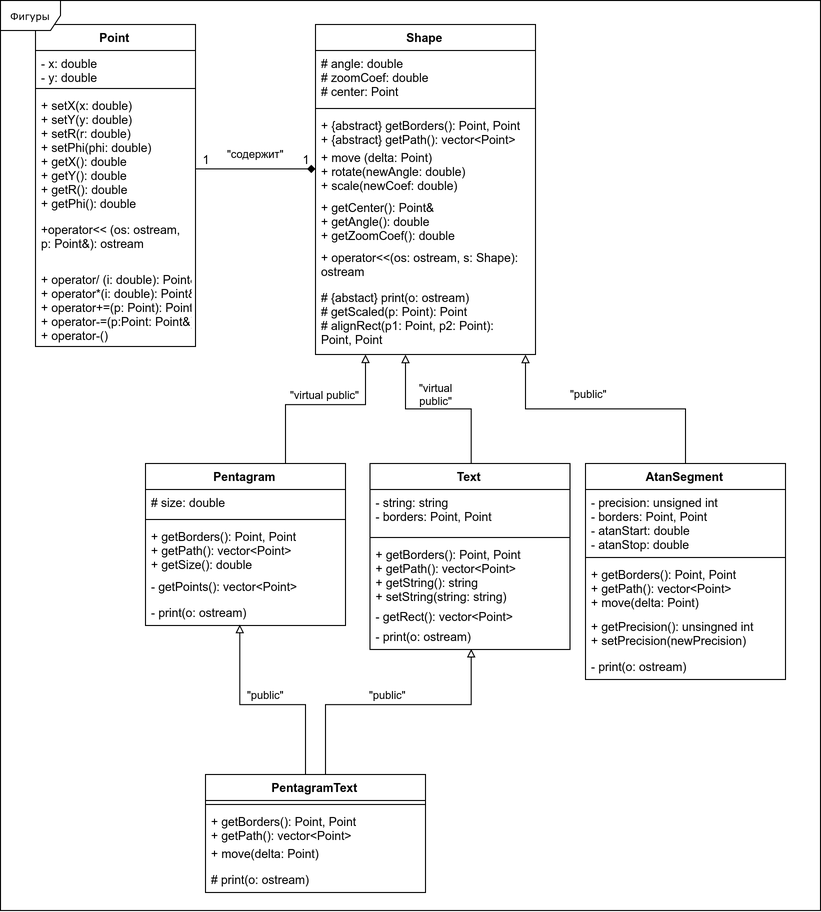
Earlier version of the draw.io export L1/docs/img/classes_uml.png (SqrtMinusOne/SEM7_Software_Design). Source tidied: cells renumbered, new cells last; positions are measured from the earlier drawing's top-left corner, leaving out a move shared by most shapes. The source it was exported from:
```xml
<mxGraphModel background="#ffffff">
  <root>
    <mxCell id="0" />
    <mxCell id="1" parent="0" />
    <mxCell id="2" value="Point" style="swimlane;fontStyle=1;align=center;verticalAlign=top;horizontal=1;startSize=26;" parent="1" vertex="1">
      <mxGeometry x="35" y="24" width="160" height="322" as="geometry" />
    </mxCell>
    <mxCell id="3" value="- x: double&#10;- y: double" style="text;strokeColor=none;fillColor=none;align=left;verticalAlign=top;spacingLeft=4;spacingRight=4;overflow=hidden;" parent="2" vertex="1">
      <mxGeometry y="26" width="160" height="34" as="geometry" />
    </mxCell>
    <mxCell id="4" style="line;strokeWidth=1;fillColor=none;align=left;verticalAlign=middle;spacingTop=-1;spacingLeft=3;spacingRight=3;labelPosition=right;" parent="2" vertex="1">
      <mxGeometry y="60" width="160" height="8" as="geometry" />
    </mxCell>
    <mxCell id="5" value="+ setX(x: double)&#10;+ setY(y: double)&#10;+ setR(r: double)&#10;+ setPhi(phi: double)&#10;+ getX(): double&#10;+ getY(): double&#10;+ getR(): double&#10;+ getPhi(): double" style="text;strokeColor=none;fillColor=none;align=left;verticalAlign=top;spacingLeft=4;spacingRight=4;overflow=hidden;points=[[0,0.5],[1,0.5]];portConstraint=eastwest;" parent="2" vertex="1">
      <mxGeometry y="68" width="160" height="124" as="geometry" />
    </mxCell>
    <mxCell id="6" value="+operator&lt;&lt; (os: ostream, &#10;p: Point&amp;): ostream" style="text;strokeColor=none;fillColor=none;align=left;verticalAlign=top;spacingLeft=4;spacingRight=4;overflow=hidden;" parent="2" vertex="1">
      <mxGeometry y="192" width="160" height="50" as="geometry" />
    </mxCell>
    <mxCell id="7" value="+ operator/ (i: double): Point&amp;&#10;+ operator*(i: double): Point&amp;&#10;+ operator+=(p: Point): Point&amp;&#10;+ operator-=(p:Point: Point&amp;)&#10;+ operator-()" style="text;strokeColor=none;fillColor=none;align=left;verticalAlign=top;spacingLeft=4;spacingRight=4;overflow=hidden;" parent="2" vertex="1">
      <mxGeometry y="242" width="160" height="80" as="geometry" />
    </mxCell>
    <mxCell id="8" value="Shape" style="swimlane;fontStyle=1;align=center;verticalAlign=top;horizontal=1;startSize=26;" parent="1" vertex="1">
      <mxGeometry x="315" y="24" width="220" height="330" as="geometry" />
    </mxCell>
    <mxCell id="9" value="# angle: double&#10;# zoomCoef: double&#10;# center: Point" style="text;strokeColor=none;fillColor=none;align=left;verticalAlign=top;spacingLeft=4;spacingRight=4;overflow=hidden;" parent="8" vertex="1">
      <mxGeometry y="26" width="220" height="54" as="geometry" />
    </mxCell>
    <mxCell id="10" style="line;strokeWidth=1;fillColor=none;align=left;verticalAlign=middle;spacingTop=-1;spacingLeft=3;spacingRight=3;labelPosition=right;" parent="8" vertex="1">
      <mxGeometry y="80" width="220" height="8" as="geometry" />
    </mxCell>
    <mxCell id="11" value="+ {abstract} getBorders(): Point, Point&#10;+ {abstract} getPath(): vector&lt;Point&gt;" style="text;strokeColor=none;fillColor=none;align=left;verticalAlign=top;spacingLeft=4;spacingRight=4;overflow=hidden;" parent="8" vertex="1">
      <mxGeometry y="88" width="220" height="32" as="geometry" />
    </mxCell>
    <mxCell id="12" value="+ move (delta: Point)&#10;+ rotate(newAngle: double)&#10;+ scale(newCoef: double)&#10;" style="text;strokeColor=none;fillColor=none;align=left;verticalAlign=top;spacingLeft=4;spacingRight=4;overflow=hidden;points=[[0,0.5],[1,0.5]];portConstraint=eastwest;" parent="8" vertex="1">
      <mxGeometry y="120" width="220" height="50" as="geometry" />
    </mxCell>
    <mxCell id="13" value="+ getCenter(): Point&amp;&#10;+ getAngle(): double&#10;+ getZoomCoef(): double" style="text;strokeColor=none;fillColor=none;align=left;verticalAlign=top;spacingLeft=4;spacingRight=4;overflow=hidden;" parent="8" vertex="1">
      <mxGeometry y="170" width="220" height="50" as="geometry" />
    </mxCell>
    <mxCell id="14" value="+ operator&lt;&lt;(os: ostream, s: Shape): &#10;ostream" style="text;strokeColor=none;fillColor=none;align=left;verticalAlign=top;spacingLeft=4;spacingRight=4;overflow=hidden;" parent="8" vertex="1">
      <mxGeometry y="220" width="220" height="40" as="geometry" />
    </mxCell>
    <mxCell id="15" value="# {abstact} print(o: ostream)&#10;# getScaled(p: Point): Point&#10;# alignRect(p1: Point, p2: Point): &#10;Point, Point" style="text;strokeColor=none;fillColor=none;align=left;verticalAlign=top;spacingLeft=4;spacingRight=4;overflow=hidden;points=[[0,0.5],[1,0.5]];portConstraint=eastwest;" parent="8" vertex="1">
      <mxGeometry y="260" width="220" height="70" as="geometry" />
    </mxCell>
    <mxCell id="16" value="&quot;содержит&quot;" style="edgeStyle=orthogonalEdgeStyle;rounded=0;jettySize=auto;html=1;endArrow=diamond;endFill=1;" parent="1" edge="1" source="5" target="12">
      <mxGeometry y="15" relative="1" as="geometry">
        <Array as="points">
          <mxPoint x="225" y="169" />
          <mxPoint x="225" y="169" />
        </Array>
      </mxGeometry>
    </mxCell>
    <mxCell id="17" value="1" style="text;html=1;strokeColor=none;fillColor=none;align=center;verticalAlign=middle;whiteSpace=wrap;rounded=0;" parent="1" vertex="1">
      <mxGeometry x="195" y="149" width="20" height="20" as="geometry" />
    </mxCell>
    <mxCell id="18" value="1" style="text;html=1;strokeColor=none;fillColor=none;align=center;verticalAlign=middle;whiteSpace=wrap;rounded=0;" parent="1" vertex="1">
      <mxGeometry x="295" y="149" width="20" height="20" as="geometry" />
    </mxCell>
    <mxCell id="19" value="&quot;virtual public&quot;" style="edgeStyle=orthogonalEdgeStyle;rounded=0;jettySize=auto;html=1;endArrow=block;endFill=0;" parent="1" edge="1" source="20" target="15">
      <mxGeometry x="0.05" y="10" relative="1" as="geometry">
        <Array as="points">
          <mxPoint x="285" y="404" />
          <mxPoint x="365" y="404" />
        </Array>
      </mxGeometry>
    </mxCell>
    <mxCell id="20" value="Pentagram" style="swimlane;fontStyle=1;align=center;verticalAlign=top;horizontal=1;startSize=26;" parent="1" vertex="1">
      <mxGeometry x="145" y="463" width="200" height="162" as="geometry" />
    </mxCell>
    <mxCell id="21" value="# size: double" style="text;strokeColor=none;fillColor=none;align=left;verticalAlign=top;spacingLeft=4;spacingRight=4;overflow=hidden;" parent="20" vertex="1">
      <mxGeometry y="26" width="200" height="26" as="geometry" />
    </mxCell>
    <mxCell id="22" style="line;strokeWidth=1;fillColor=none;align=left;verticalAlign=middle;spacingTop=-1;spacingLeft=3;spacingRight=3;labelPosition=right;" parent="20" vertex="1">
      <mxGeometry y="52" width="200" height="8" as="geometry" />
    </mxCell>
    <mxCell id="23" value="+ getBorders(): Point, Point&#10;+ getPath(): vector&lt;Point&gt;&#10;+ getSize(): double" style="text;strokeColor=none;fillColor=none;align=left;verticalAlign=top;spacingLeft=4;spacingRight=4;overflow=hidden;" parent="20" vertex="1">
      <mxGeometry y="60" width="200" height="50" as="geometry" />
    </mxCell>
    <mxCell id="24" value="- getPoints(): vector&lt;Point&gt;" style="text;strokeColor=none;fillColor=none;align=left;verticalAlign=top;spacingLeft=4;spacingRight=4;overflow=hidden;" parent="20" vertex="1">
      <mxGeometry y="110" width="200" height="26" as="geometry" />
    </mxCell>
    <mxCell id="25" value="- print(o: ostream)" style="text;strokeColor=none;fillColor=none;align=left;verticalAlign=top;spacingLeft=4;spacingRight=4;overflow=hidden;points=[[0,0.5],[1,0.5]];portConstraint=eastwest;" parent="20" vertex="1">
      <mxGeometry y="136" width="200" height="26" as="geometry" />
    </mxCell>
    <mxCell id="26" value="&quot;public&quot;" style="edgeStyle=orthogonalEdgeStyle;rounded=0;jettySize=auto;html=1;endArrow=block;endFill=0;" parent="1" edge="1" source="27">
      <mxGeometry x="0.13" y="-15" relative="1" as="geometry">
        <mxPoint x="525" y="354" as="targetPoint" />
        <Array as="points">
          <mxPoint x="685" y="409" />
          <mxPoint x="525" y="409" />
          <mxPoint x="525" y="354" />
        </Array>
      </mxGeometry>
    </mxCell>
    <mxCell id="27" value="AtanSegment" style="swimlane;fontStyle=1;align=center;verticalAlign=top;horizontal=1;startSize=26;" parent="1" vertex="1">
      <mxGeometry x="585" y="463" width="200" height="216" as="geometry" />
    </mxCell>
    <mxCell id="28" value="- precision: unsigned int&#10;- borders: Point, Point&#10;- atanStart: double&#10;- atanStop: double" style="text;strokeColor=none;fillColor=none;align=left;verticalAlign=top;spacingLeft=4;spacingRight=4;overflow=hidden;" parent="27" vertex="1">
      <mxGeometry y="26" width="200" height="64" as="geometry" />
    </mxCell>
    <mxCell id="29" style="line;strokeWidth=1;fillColor=none;align=left;verticalAlign=middle;spacingTop=-1;spacingLeft=3;spacingRight=3;labelPosition=right;" parent="27" vertex="1">
      <mxGeometry y="90" width="200" height="8" as="geometry" />
    </mxCell>
    <mxCell id="30" value="+ getBorders(): Point, Point&#10;+ getPath(): vector&lt;Point&gt;&#10;+ move(delta: Point)" style="text;strokeColor=none;fillColor=none;align=left;verticalAlign=top;spacingLeft=4;spacingRight=4;overflow=hidden;" parent="27" vertex="1">
      <mxGeometry y="98" width="200" height="52" as="geometry" />
    </mxCell>
    <mxCell id="31" value="+ getPrecision(): unsingned int&#10;+ setPrecision(newPrecision)" style="text;strokeColor=none;fillColor=none;align=left;verticalAlign=top;spacingLeft=4;spacingRight=4;overflow=hidden;" parent="27" vertex="1">
      <mxGeometry y="150" width="200" height="40" as="geometry" />
    </mxCell>
    <mxCell id="32" value="- print(o: ostream)" style="text;strokeColor=none;fillColor=none;align=left;verticalAlign=top;spacingLeft=4;spacingRight=4;overflow=hidden;" parent="27" vertex="1">
      <mxGeometry y="190" width="200" height="26" as="geometry" />
    </mxCell>
    <mxCell id="33" value="&quot;virtual&lt;br&gt;public&quot;" style="edgeStyle=orthogonalEdgeStyle;rounded=0;jettySize=auto;html=1;endArrow=block;endFill=0;" parent="1" edge="1" source="34">
      <mxGeometry x="0.54" y="-30" relative="1" as="geometry">
        <mxPoint x="405" y="354" as="targetPoint" />
        <Array as="points">
          <mxPoint x="470" y="409" />
          <mxPoint x="405" y="409" />
          <mxPoint x="405" y="354" />
        </Array>
      </mxGeometry>
    </mxCell>
    <mxCell id="34" value="Text" style="swimlane;fontStyle=1;align=center;verticalAlign=top;horizontal=1;startSize=26;" parent="1" vertex="1">
      <mxGeometry x="369.5" y="463" width="200" height="186" as="geometry" />
    </mxCell>
    <mxCell id="35" value="- string: string&#10;- borders: Point, Point" style="text;strokeColor=none;fillColor=none;align=left;verticalAlign=top;spacingLeft=4;spacingRight=4;overflow=hidden;" parent="34" vertex="1">
      <mxGeometry y="26" width="200" height="44" as="geometry" />
    </mxCell>
    <mxCell id="36" style="line;strokeWidth=1;fillColor=none;align=left;verticalAlign=middle;spacingTop=-1;spacingLeft=3;spacingRight=3;labelPosition=right;" parent="34" vertex="1">
      <mxGeometry y="70" width="200" height="8" as="geometry" />
    </mxCell>
    <mxCell id="37" value="+ getBorders(): Point, Point&#10;+ getPath(): vector&lt;Point&gt;&#10;+ getString(): string&#10;+ setString(string: string)" style="text;strokeColor=none;fillColor=none;align=left;verticalAlign=top;spacingLeft=4;spacingRight=4;overflow=hidden;" parent="34" vertex="1">
      <mxGeometry y="78" width="200" height="62" as="geometry" />
    </mxCell>
    <mxCell id="38" value="- getRect(): vector&lt;Point&gt;" style="text;strokeColor=none;fillColor=none;align=left;verticalAlign=top;spacingLeft=4;spacingRight=4;overflow=hidden;" parent="34" vertex="1">
      <mxGeometry y="140" width="200" height="20" as="geometry" />
    </mxCell>
    <mxCell id="39" value="- print(o: ostream)" style="text;strokeColor=none;fillColor=none;align=left;verticalAlign=top;spacingLeft=4;spacingRight=4;overflow=hidden;points=[[0,0.5],[1,0.5]];portConstraint=eastwest;" parent="34" vertex="1">
      <mxGeometry y="160" width="200" height="26" as="geometry" />
    </mxCell>
    <mxCell id="40" value="&quot;public&quot;" style="edgeStyle=orthogonalEdgeStyle;rounded=0;jettySize=auto;html=1;entryX=0.469;entryY=0.987;entryDx=0;entryDy=0;entryPerimeter=0;endArrow=block;endFill=0;" parent="1" edge="1" target="25">
      <mxGeometry x="0.02" y="-10" relative="1" as="geometry">
        <mxPoint x="305" y="774" as="sourcePoint" />
        <Array as="points">
          <mxPoint x="305" y="704" />
          <mxPoint x="239" y="704" />
        </Array>
      </mxGeometry>
    </mxCell>
    <mxCell id="41" value="&quot;public&quot;" style="edgeStyle=orthogonalEdgeStyle;rounded=0;jettySize=auto;html=1;entryX=0.503;entryY=1;entryDx=0;entryDy=0;entryPerimeter=0;endArrow=block;endFill=0;" parent="1" edge="1" target="39">
      <mxGeometry x="-0.02" y="10" relative="1" as="geometry">
        <mxPoint x="325" y="774" as="sourcePoint" />
        <Array as="points">
          <mxPoint x="325" y="704" />
          <mxPoint x="470" y="704" />
        </Array>
      </mxGeometry>
    </mxCell>
    <mxCell id="42" value="PentagramText" style="swimlane;fontStyle=1;align=center;verticalAlign=top;horizontal=1;startSize=26;" parent="1" vertex="1">
      <mxGeometry x="205" y="774" width="220" height="118" as="geometry" />
    </mxCell>
    <mxCell id="43" style="line;strokeWidth=1;fillColor=none;align=left;verticalAlign=middle;spacingTop=-1;spacingLeft=3;spacingRight=3;labelPosition=right;" parent="42" vertex="1">
      <mxGeometry y="26" width="220" height="8" as="geometry" />
    </mxCell>
    <mxCell id="44" value="+ getBorders(): Point, Point&#10;+ getPath(): vector&lt;Point&gt;" style="text;strokeColor=none;fillColor=none;align=left;verticalAlign=top;spacingLeft=4;spacingRight=4;overflow=hidden;" parent="42" vertex="1">
      <mxGeometry y="34" width="220" height="32" as="geometry" />
    </mxCell>
    <mxCell id="45" value="+ move(delta: Point)" style="text;strokeColor=none;fillColor=none;align=left;verticalAlign=top;spacingLeft=4;spacingRight=4;overflow=hidden;" parent="42" vertex="1">
      <mxGeometry y="66" width="220" height="26" as="geometry" />
    </mxCell>
    <mxCell id="46" value="# print(o: ostream)" style="text;strokeColor=none;fillColor=none;align=left;verticalAlign=top;spacingLeft=4;spacingRight=4;overflow=hidden;" parent="42" vertex="1">
      <mxGeometry y="92" width="220" height="26" as="geometry" />
    </mxCell>
    <mxCell id="47" value="Border" parent="0" />
    <mxCell id="48" value="Фигуры" style="shape=umlFrame;whiteSpace=wrap;html=1;rounded=0;shadow=0;comic=0;labelBackgroundColor=none;strokeColor=#000000;strokeWidth=1;fillColor=#ffffff;fontFamily=Verdana;fontSize=10;fontColor=#000000;align=center;" parent="47" vertex="1">
      <mxGeometry width="820" height="910" as="geometry" />
    </mxCell>
  </root>
</mxGraphModel>
```
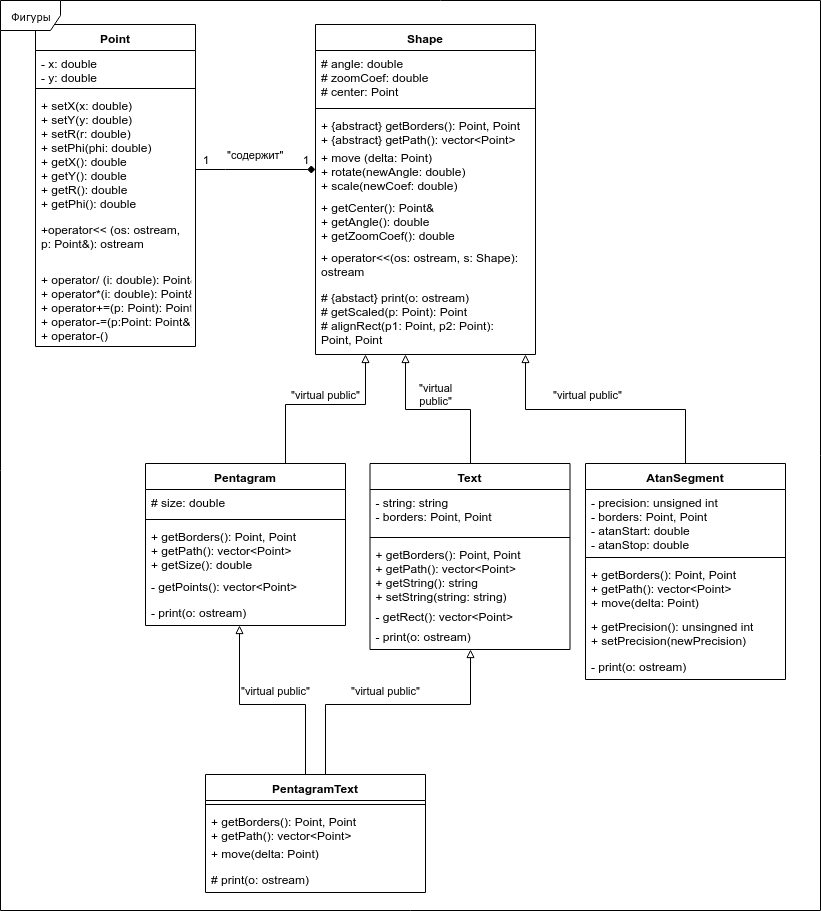
After the commit.

Change to the diagram source:
```diff
@@ -84,7 +84,7 @@
     <mxCell id="25" value="- print(o: ostream)" style="text;strokeColor=none;fillColor=none;align=left;verticalAlign=top;spacingLeft=4;spacingRight=4;overflow=hidden;points=[[0,0.5],[1,0.5]];portConstraint=eastwest;" parent="20" vertex="1">
       <mxGeometry y="136" width="200" height="26" as="geometry" />
     </mxCell>
-    <mxCell id="26" value="&quot;public&quot;" style="edgeStyle=orthogonalEdgeStyle;rounded=0;jettySize=auto;html=1;endArrow=block;endFill=0;" parent="1" edge="1" source="27">
+    <mxCell id="26" value="&quot;virtual public&quot;" style="edgeStyle=orthogonalEdgeStyle;rounded=0;jettySize=auto;html=1;endArrow=block;endFill=0;" parent="1" edge="1" source="27">
       <mxGeometry x="0.13" y="-15" relative="1" as="geometry">
         <mxPoint x="525" y="354" as="targetPoint" />
         <Array as="points">
@@ -140,17 +140,18 @@
     <mxCell id="39" value="- print(o: ostream)" style="text;strokeColor=none;fillColor=none;align=left;verticalAlign=top;spacingLeft=4;spacingRight=4;overflow=hidden;points=[[0,0.5],[1,0.5]];portConstraint=eastwest;" parent="34" vertex="1">
       <mxGeometry y="160" width="200" height="26" as="geometry" />
     </mxCell>
-    <mxCell id="40" value="&quot;public&quot;" style="edgeStyle=orthogonalEdgeStyle;rounded=0;jettySize=auto;html=1;entryX=0.469;entryY=0.987;entryDx=0;entryDy=0;entryPerimeter=0;endArrow=block;endFill=0;" parent="1" edge="1" target="25">
-      <mxGeometry x="0.02" y="-10" relative="1" as="geometry">
+    <mxCell id="40" value="&quot;virtual public&quot;" style="edgeStyle=orthogonalEdgeStyle;rounded=0;jettySize=auto;html=1;entryX=0.469;entryY=0.987;entryDx=0;entryDy=0;entryPerimeter=0;endArrow=block;endFill=0;" parent="1" edge="1" target="25">
+      <mxGeometry x="-0.35" y="33" relative="1" as="geometry">
         <mxPoint x="305" y="774" as="sourcePoint" />
         <Array as="points">
           <mxPoint x="305" y="704" />
           <mxPoint x="239" y="704" />
         </Array>
+        <mxPoint x="-30" y="-47" as="offset" />
       </mxGeometry>
     </mxCell>
-    <mxCell id="41" value="&quot;public&quot;" style="edgeStyle=orthogonalEdgeStyle;rounded=0;jettySize=auto;html=1;entryX=0.503;entryY=1;entryDx=0;entryDy=0;entryPerimeter=0;endArrow=block;endFill=0;" parent="1" edge="1" target="39">
-      <mxGeometry x="-0.02" y="10" relative="1" as="geometry">
+    <mxCell id="41" value="&quot;virtual public&quot;" style="edgeStyle=orthogonalEdgeStyle;rounded=0;jettySize=auto;html=1;entryX=0.503;entryY=1;entryDx=0;entryDy=0;entryPerimeter=0;endArrow=block;endFill=0;" parent="1" edge="1" target="39">
+      <mxGeometry x="-0.04" y="14" relative="1" as="geometry">
         <mxPoint x="325" y="774" as="sourcePoint" />
         <Array as="points">
           <mxPoint x="325" y="704" />
```
